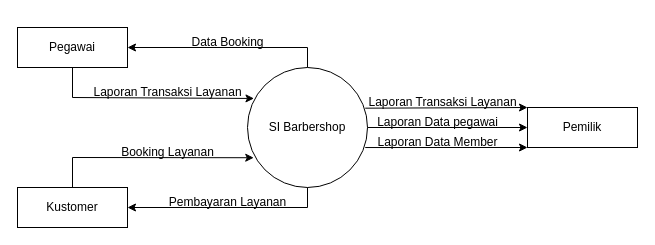
Before: Context Diagram.drawio in yogadwipayana/ERD, a draw.io diagram. Source tidied: cells renumbered, new cells numbered last; positions are measured from the earlier drawing's top-left corner, leaving out a move shared by most shapes. Both pictures are drawn from the tidied source at 100%, with x=0, y=0 at pixel (17, 27).
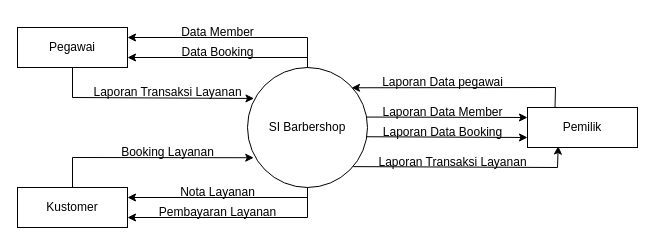
The same page after the edit.

The change refers to these unchanged cells:
```xml
<mxCell id="2" value="SI Barbershop" style="ellipse;whiteSpace=wrap;html=1;" parent="1" vertex="1">
  <mxGeometry x="230" y="40" width="120" height="120" as="geometry" />
</mxCell>
<mxCell id="3" value="Pemilik" style="rounded=0;whiteSpace=wrap;html=1;" parent="1" vertex="1">
  <mxGeometry x="510" y="80" width="110" height="40" as="geometry" />
</mxCell>
<mxCell id="4" value="Kustomer" style="rounded=0;whiteSpace=wrap;html=1;" parent="1" vertex="1">
  <mxGeometry y="160" width="110" height="40" as="geometry" />
</mxCell>
<mxCell id="5" value="Pegawai" style="rounded=0;whiteSpace=wrap;html=1;" parent="1" vertex="1">
  <mxGeometry width="110" height="40" as="geometry" />
</mxCell>
```

Change to the diagram source:
```diff
@@
-    <mxCell id="6" style="endArrow=classic;html=1;rounded=0;entryX=0;entryY=0;entryDx=0;entryDy=0;exitX=0.981;exitY=0.339;exitDx=0;exitDy=0;exitPerimeter=0;" parent="1" edge="1" source="2" target="3">
-      <mxGeometry relative="1" as="geometry" />
+    <mxCell id="6" style="endArrow=classic;html=1;rounded=0;exitX=0.25;exitY=0;exitDx=0;exitDy=0;entryX=0.867;entryY=0.169;entryDx=0;entryDy=0;entryPerimeter=0;" parent="1" edge="1" source="3" target="2">
+      <mxGeometry relative="1" as="geometry">
+        <Array as="points">
+          <mxPoint x="538" y="60" />
+        </Array>
+      </mxGeometry>
     </mxCell>
-    <mxCell id="7" style="endArrow=classic;html=1;rounded=0;entryX=0;entryY=0.5;entryDx=0;entryDy=0;exitX=1;exitY=0.5;exitDx=0;exitDy=0;" parent="1" edge="1" source="2" target="3">
+    <mxCell id="7" style="endArrow=classic;html=1;rounded=0;entryX=0;entryY=0.25;entryDx=0;entryDy=0;exitX=0.993;exitY=0.413;exitDx=0;exitDy=0;exitPerimeter=0;" parent="1" edge="1" source="2" target="3">
       <mxGeometry relative="1" as="geometry" />
     </mxCell>
-    <mxCell id="8" style="endArrow=classic;html=1;rounded=0;entryX=0;entryY=1;entryDx=0;entryDy=0;exitX=0.981;exitY=0.667;exitDx=0;exitDy=0;exitPerimeter=0;" parent="1" edge="1" source="2" target="3">
+    <mxCell id="8" style="endArrow=classic;html=1;rounded=0;entryX=0;entryY=0.75;entryDx=0;entryDy=0;exitX=0.988;exitY=0.577;exitDx=0;exitDy=0;exitPerimeter=0;" parent="1" edge="1" source="2" target="3">
       <mxGeometry relative="1" as="geometry" />
     </mxCell>
     <mxCell id="9" value="Laporan Data pegawai" style="text;html=1;align=center;verticalAlign=middle;strokeColor=none;fillColor=none;" parent="1" vertex="1">
-      <mxGeometry x="350" y="80" width="140" height="30" as="geometry" />
+      <mxGeometry x="355" y="40" width="140" height="30" as="geometry" />
     </mxCell>
-    <mxCell id="10" value="Laporan Data Member" style="text;html=1;align=center;verticalAlign=middle;strokeColor=none;fillColor=none;" parent="1" vertex="1">
-      <mxGeometry x="350" y="100" width="140" height="30" as="geometry" />
-    </mxCell>
-    <mxCell id="11" value="Laporan Transaksi Layanan" style="text;html=1;align=center;verticalAlign=middle;strokeColor=none;fillColor=none;" parent="1" vertex="1">
-      <mxGeometry x="340" y="60" width="170" height="30" as="geometry" />
-    </mxCell>
-    <mxCell id="12" style="endArrow=classic;html=1;rounded=0;entryX=1;entryY=0.5;entryDx=0;entryDy=0;exitX=0.5;exitY=1;exitDx=0;exitDy=0;" parent="1" edge="1" source="2" target="4">
-      <mxGeometry relative="1" as="geometry">
-        <Array as="points">
-          <mxPoint x="290" y="180" />
-        </Array>
-      </mxGeometry>
-    </mxCell>
@@
     <mxCell id="15" value="Pembayaran Layanan" style="text;html=1;align=center;verticalAlign=middle;strokeColor=none;fillColor=none;" parent="1" vertex="1">
-      <mxGeometry x="140" y="160" width="140" height="30" as="geometry" />
+      <mxGeometry x="130" y="170" width="140" height="30" as="geometry" />
     </mxCell>
-    <mxCell id="16" style="endArrow=classic;html=1;rounded=0;exitX=0.5;exitY=0;exitDx=0;exitDy=0;entryX=1;entryY=0.5;entryDx=0;entryDy=0;" parent="1" edge="1" source="2" target="5">
-      <mxGeometry relative="1" as="geometry">
-        <Array as="points">
-          <mxPoint x="290" y="20" />
-        </Array>
-      </mxGeometry>
-    </mxCell>
@@
+    <mxCell id="19" value="Laporan Transaksi Layanan" style="text;html=1;align=center;verticalAlign=middle;strokeColor=none;fillColor=none;" parent="1" vertex="1">
+      <mxGeometry x="65" y="50" width="170" height="30" as="geometry" />
+    </mxCell>
+    <mxCell id="20" style="endArrow=classic;html=1;rounded=0;entryX=1;entryY=0.25;entryDx=0;entryDy=0;exitX=0.5;exitY=1;exitDx=0;exitDy=0;" parent="1" edge="1" source="2" target="4">
+      <mxGeometry relative="1" as="geometry">
+        <Array as="points">
+          <mxPoint x="290" y="170" />
+        </Array>
+      </mxGeometry>
+    </mxCell>
+    <mxCell id="21" value="Nota Layanan" style="text;html=1;align=center;verticalAlign=middle;strokeColor=none;fillColor=none;" parent="1" vertex="1">
+      <mxGeometry x="150" y="150" width="100" height="30" as="geometry" />
+    </mxCell>
+    <mxCell id="22" style="endArrow=classic;html=1;rounded=0;entryX=1;entryY=0.75;entryDx=0;entryDy=0;exitX=0.5;exitY=1;exitDx=0;exitDy=0;" parent="1" edge="1" source="2" target="4">
+      <mxGeometry relative="1" as="geometry">
+        <Array as="points">
+          <mxPoint x="290" y="190" />
+        </Array>
+      </mxGeometry>
+    </mxCell>
+    <mxCell id="23" style="endArrow=classic;html=1;rounded=0;entryX=0.279;entryY=0.965;entryDx=0;entryDy=0;exitX=0.881;exitY=0.826;exitDx=0;exitDy=0;exitPerimeter=0;entryPerimeter=0;" parent="1" edge="1" source="2" target="3">
+      <mxGeometry relative="1" as="geometry">
+        <Array as="points">
+          <mxPoint x="540" y="140" />
+        </Array>
+      </mxGeometry>
+    </mxCell>
+    <mxCell id="24" value="Laporan Data Booking" style="text;html=1;align=center;verticalAlign=middle;strokeColor=none;fillColor=none;" parent="1" vertex="1">
+      <mxGeometry x="355" y="90" width="140" height="30" as="geometry" />
+    </mxCell>
+    <mxCell id="25" style="endArrow=classic;html=1;rounded=0;exitX=0.5;exitY=0;exitDx=0;exitDy=0;entryX=1;entryY=0.25;entryDx=0;entryDy=0;" parent="1" edge="1" source="2" target="5">
+      <mxGeometry relative="1" as="geometry">
+        <Array as="points">
+          <mxPoint x="290" y="10" />
+        </Array>
+      </mxGeometry>
+    </mxCell>
+    <mxCell id="26" style="endArrow=classic;html=1;rounded=0;exitX=0.5;exitY=0;exitDx=0;exitDy=0;entryX=1;entryY=0.75;entryDx=0;entryDy=0;" parent="1" edge="1" source="2" target="5">
+      <mxGeometry relative="1" as="geometry">
+        <Array as="points">
+          <mxPoint x="290" y="30" />
+        </Array>
+      </mxGeometry>
+    </mxCell>
     <mxCell id="18" value="Data Booking" style="text;html=1;align=center;verticalAlign=middle;strokeColor=none;fillColor=none;" parent="1" vertex="1">
-      <mxGeometry x="160" width="100" height="30" as="geometry" />
+      <mxGeometry x="150" y="10" width="100" height="30" as="geometry" />
     </mxCell>
-    <mxCell id="19" value="Laporan Transaksi Layanan" style="text;html=1;align=center;verticalAlign=middle;strokeColor=none;fillColor=none;" parent="1" vertex="1">
-      <mxGeometry x="65" y="50" width="170" height="30" as="geometry" />
-    </mxCell>
+    <mxCell id="27" value="Data Member" style="text;html=1;align=center;verticalAlign=middle;strokeColor=none;fillColor=none;" parent="1" vertex="1">
+      <mxGeometry x="150" y="-10" width="100" height="30" as="geometry" />
+    </mxCell>
+    <mxCell id="10" value="Laporan Data Member" style="text;html=1;align=center;verticalAlign=middle;strokeColor=none;fillColor=none;" parent="1" vertex="1">
+      <mxGeometry x="355" y="70" width="140" height="30" as="geometry" />
+    </mxCell>
+    <mxCell id="11" value="Laporan Transaksi Layanan" style="text;html=1;align=center;verticalAlign=middle;strokeColor=none;fillColor=none;" parent="1" vertex="1">
+      <mxGeometry x="350" y="120" width="170" height="30" as="geometry" />
+    </mxCell>
```
